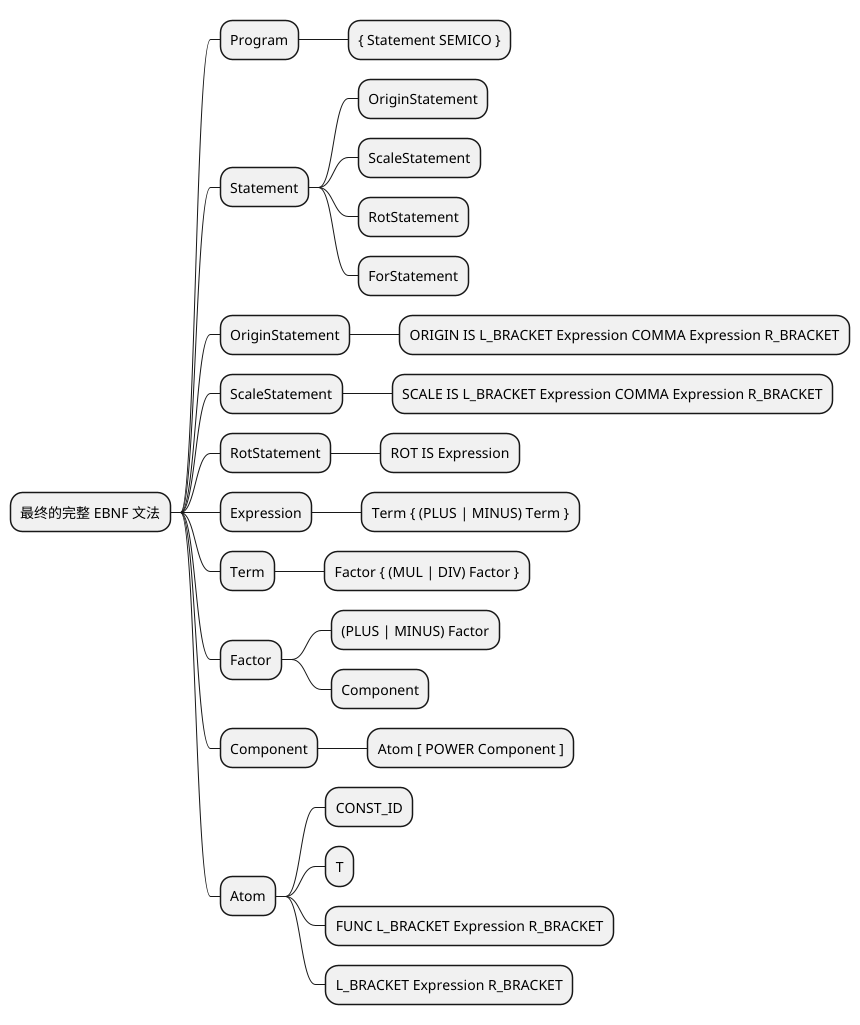
Above: doc/parser/EBNF_Grammar.png in DawnWAW/DrawLangCompiler (PlantUML), before the change. Source of this version:
```plantuml
@startmindmap
* 最终的完整 EBNF 文法
** Program
*** { Statement SEMICO }
** Statement
*** OriginStatement
*** ScaleStatement
*** RotStatement
*** ForStatement
** OriginStatement
*** ORIGIN IS L_BRACKET Expression COMMA Expression R_BRACKET
** ScaleStatement
*** SCALE IS L_BRACKET Expression COMMA Expression R_BRACKET
** RotStatement
*** ROT IS Expression
** Expression
*** Term { (PLUS | MINUS) Term }
** Term
*** Factor { (MUL | DIV) Factor }
** Factor
*** (PLUS | MINUS) Factor
*** Component
** Component
*** Atom [ POWER Component ]
** Atom
*** CONST_ID
*** T
*** FUNC L_BRACKET Expression R_BRACKET
*** L_BRACKET Expression R_BRACKET
@endmindmap
```
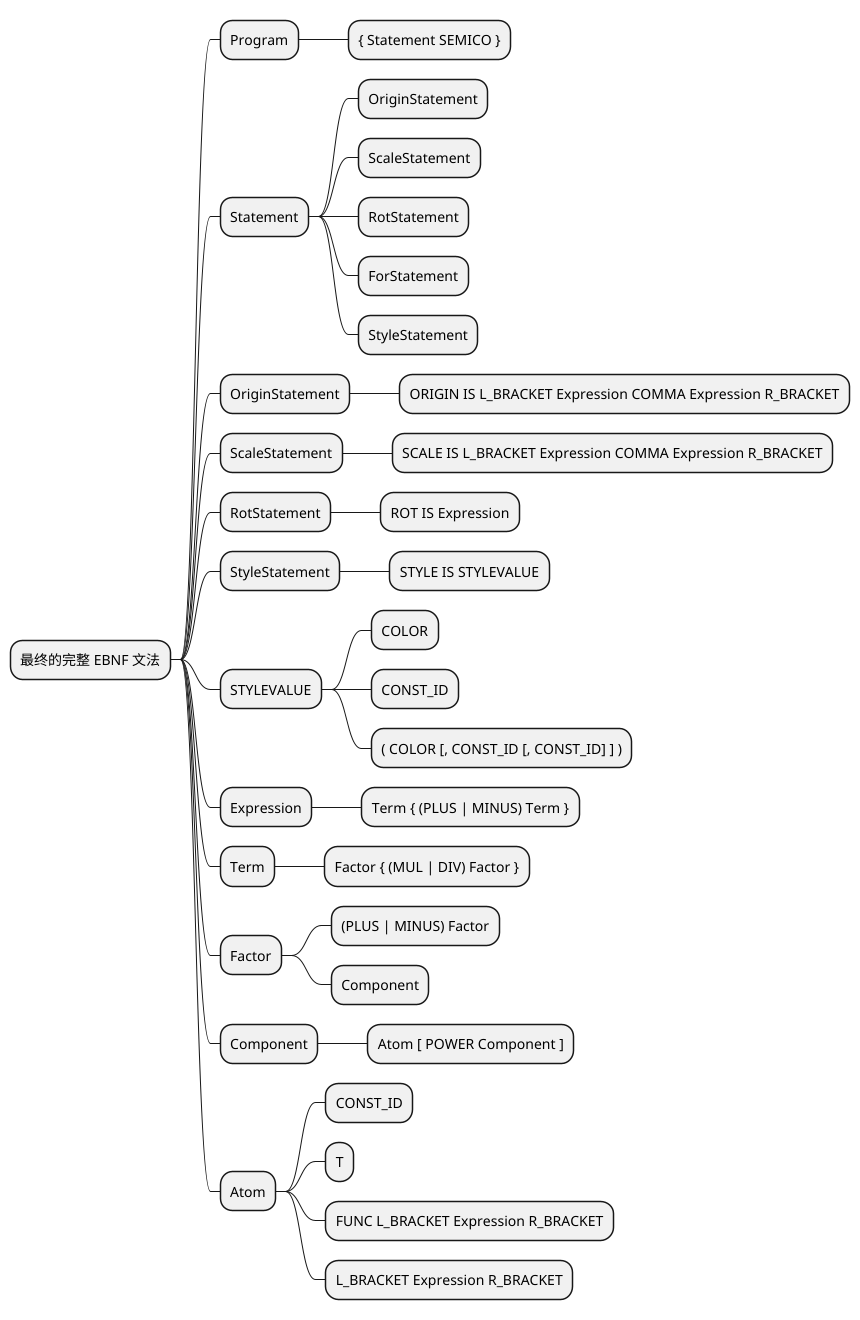
After the commit.

Change to the diagram source:
```diff
@@ -7,12 +7,19 @@
 *** ScaleStatement
 *** RotStatement
 *** ForStatement
+*** StyleStatement
 ** OriginStatement
 *** ORIGIN IS L_BRACKET Expression COMMA Expression R_BRACKET
 ** ScaleStatement
 *** SCALE IS L_BRACKET Expression COMMA Expression R_BRACKET
 ** RotStatement
 *** ROT IS Expression
+** StyleStatement
+*** STYLE IS STYLEVALUE
+** STYLEVALUE
+*** COLOR
+*** CONST_ID
+*** ( COLOR [, CONST_ID [, CONST_ID] ] )
 ** Expression
 *** Term { (PLUS | MINUS) Term }
 ** Term
```
